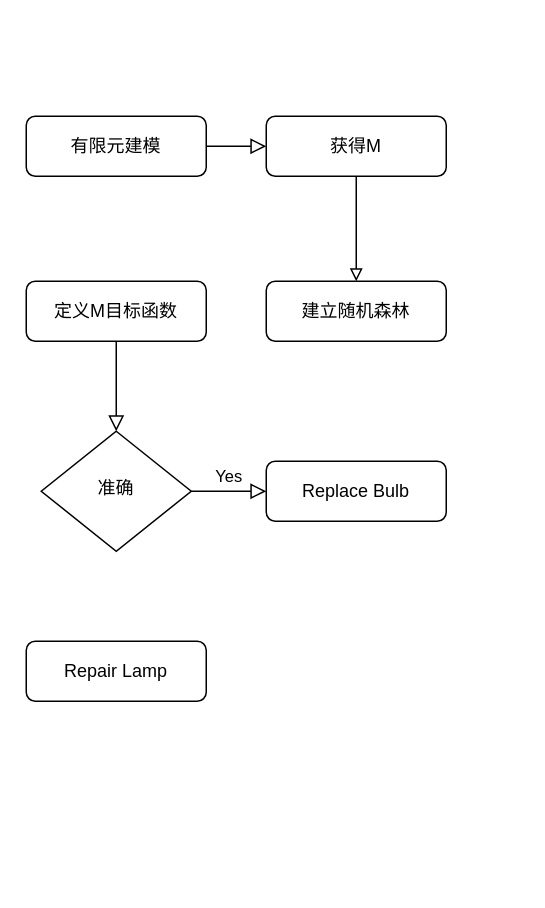
Before: 未命名绘图.drawio in budaniao88/sdxx, a draw.io diagram. Source tidied: cells renumbered, new cells numbered last; positions are measured from the earlier drawing's top-left corner, leaving out a move shared by most shapes. Both pictures are drawn from the tidied source at 150%, with x=0, y=0 at pixel (26, 116).
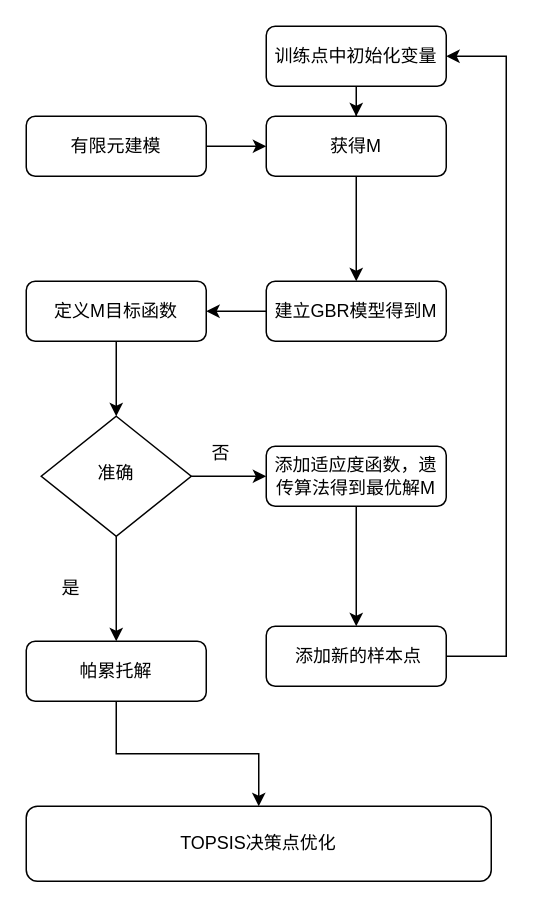
Above is the later version.

Unchanged cells that the change refers to:
```xml
<mxCell id="3" value="有限元建模" style="rounded=1;whiteSpace=wrap;html=1;fontSize=12;glass=0;strokeWidth=1;shadow=0;" parent="1" vertex="1">
  <mxGeometry width="120" height="40" as="geometry" />
</mxCell>
<mxCell id="11" value="获得M" style="rounded=1;whiteSpace=wrap;html=1;fontSize=12;glass=0;strokeWidth=1;shadow=0;" parent="1" vertex="1">
  <mxGeometry x="160" width="120" height="40" as="geometry" />
</mxCell>
<mxCell id="12" value="定义M目标函数" style="rounded=1;whiteSpace=wrap;html=1;" parent="1" vertex="1">
  <mxGeometry y="110" width="120" height="40" as="geometry" />
</mxCell>
```

Diff of the diagram source:
```diff
@@
-    <mxCell id="2" style="rounded=0;html=1;jettySize=auto;fontSize=11;endArrow=block;endFill=0;endSize=8;strokeWidth=1;shadow=0;labelBackgroundColor=none;edgeStyle=orthogonalEdgeStyle;entryX=0;entryY=0.5;entryDx=0;entryDy=0;" parent="1" edge="1" source="3" target="11">
+    <mxCell id="2" style="edgeStyle=orthogonalEdgeStyle;rounded=0;jettySize=auto;html=1;" parent="1" edge="1" source="3" target="11">
       <mxGeometry relative="1" as="geometry" />
     </mxCell>
@@
-    <mxCell id="4" style="rounded=0;html=1;jettySize=auto;fontSize=11;endArrow=block;endFill=0;endSize=8;strokeWidth=1;shadow=0;labelBackgroundColor=none;edgeStyle=orthogonalEdgeStyle;exitX=0.5;exitY=1;exitDx=0;exitDy=0;" parent="1" edge="1" source="12" target="7">
-      <mxGeometry y="20" relative="1" as="geometry" />
-    </mxCell>
+    <mxCell id="13" style="edgeStyle=orthogonalEdgeStyle;rounded=0;jettySize=auto;html=1;" parent="1" edge="1" source="5" target="12">
+      <mxGeometry relative="1" as="geometry" />
+    </mxCell>
-    <mxCell id="5" value="建立随机森林" style="rounded=1;whiteSpace=wrap;html=1;fontSize=12;glass=0;strokeWidth=1;shadow=0;" parent="1" vertex="1">
+    <mxCell id="5" value="建立GBR模型得到M" style="rounded=1;whiteSpace=wrap;html=1;fontSize=12;glass=0;strokeWidth=1;shadow=0;" parent="1" vertex="1">
       <mxGeometry x="160" y="110" width="120" height="40" as="geometry" />
     </mxCell>
-    <mxCell id="6" value="Yes" style="edgeStyle=orthogonalEdgeStyle;rounded=0;html=1;jettySize=auto;fontSize=11;endArrow=block;endFill=0;endSize=8;strokeWidth=1;shadow=0;labelBackgroundColor=none;" parent="1" edge="1" source="7" target="9">
-      <mxGeometry y="10" relative="1" as="geometry" />
-    </mxCell>
+    <mxCell id="14" style="edgeStyle=orthogonalEdgeStyle;rounded=0;jettySize=auto;html=1;exitX=1;exitY=0.5;exitDx=0;exitDy=0;entryX=0;entryY=0.5;entryDx=0;entryDy=0;fontFamily=Helvetica;" parent="1" edge="1" source="7" target="18">
+      <mxGeometry relative="1" as="geometry" />
+    </mxCell>
+    <mxCell id="15" style="edgeStyle=orthogonalEdgeStyle;rounded=0;jettySize=auto;html=1;exitX=0.5;exitY=1;exitDx=0;exitDy=0;" parent="1" edge="1" source="7">
+      <mxGeometry relative="1" as="geometry">
+        <mxPoint x="60" y="350" as="targetPoint" />
+      </mxGeometry>
+    </mxCell>
     <mxCell id="7" value="准确" style="rhombus;whiteSpace=wrap;html=1;shadow=0;fontFamily=Helvetica;fontSize=12;align=center;strokeWidth=1;spacing=6;spacingTop=-4;" parent="1" vertex="1">
-      <mxGeometry x="10" y="210" width="100" height="80" as="geometry" />
+      <mxGeometry x="10" y="200" width="100" height="80" as="geometry" />
     </mxCell>
+    <mxCell id="16" style="edgeStyle=orthogonalEdgeStyle;rounded=0;jettySize=auto;html=1;entryX=1;entryY=0.5;entryDx=0;entryDy=0;exitX=1;exitY=0.5;exitDx=0;exitDy=0;" parent="1" edge="1" source="8" target="21">
+      <mxGeometry relative="1" as="geometry">
+        <Array as="points">
+          <mxPoint x="320" y="360" />
+          <mxPoint x="320" y="-40" />
+        </Array>
+      </mxGeometry>
+    </mxCell>
-    <mxCell id="8" value="Repair Lamp" style="rounded=1;whiteSpace=wrap;html=1;fontSize=12;glass=0;strokeWidth=1;shadow=0;" parent="1" vertex="1">
-      <mxGeometry y="350" width="120" height="40" as="geometry" />
+    <mxCell id="8" value="&amp;nbsp;添加新的样本点" style="rounded=1;whiteSpace=wrap;html=1;fontSize=12;glass=0;strokeWidth=1;shadow=0;" parent="1" vertex="1">
+      <mxGeometry x="160" y="340" width="120" height="40" as="geometry" />
     </mxCell>
-    <mxCell id="9" value="Replace Bulb" style="rounded=1;whiteSpace=wrap;html=1;fontSize=12;glass=0;strokeWidth=1;shadow=0;" parent="1" vertex="1">
-      <mxGeometry x="160" y="230" width="120" height="40" as="geometry" />
-    </mxCell>
-    <mxCell id="10" style="edgeStyle=orthogonalEdgeStyle;rounded=0;jettySize=auto;html=1;exitX=0.5;exitY=1;exitDx=0;exitDy=0;endArrow=block;endFill=0;" parent="1" edge="1" source="11" target="5">
+    <mxCell id="10" style="edgeStyle=orthogonalEdgeStyle;rounded=0;jettySize=auto;html=1;" parent="1" edge="1" source="11" target="5">
       <mxGeometry relative="1" as="geometry" />
     </mxCell>
@@
+    <mxCell id="4" style="edgeStyle=orthogonalEdgeStyle;rounded=0;jettySize=auto;html=1;" parent="1" edge="1" source="12" target="7">
+      <mxGeometry relative="1" as="geometry" />
+    </mxCell>
@@
+    <mxCell id="17" style="edgeStyle=orthogonalEdgeStyle;rounded=0;jettySize=auto;html=1;" parent="1" edge="1" source="18" target="8">
+      <mxGeometry relative="1" as="geometry">
+        <Array as="points">
+          <mxPoint x="280" y="360" />
+          <mxPoint x="280" y="360" />
+        </Array>
+      </mxGeometry>
+    </mxCell>
+    <mxCell id="18" value="添加适应度函数，遗传算法得到最优解M" style="rounded=1;whiteSpace=wrap;html=1;" parent="1" vertex="1">
+      <mxGeometry x="160" y="220" width="120" height="40" as="geometry" />
+    </mxCell>
+    <mxCell id="19" value="否" style="text;strokeColor=none;align=center;fillColor=none;html=1;verticalAlign=middle;whiteSpace=wrap;rounded=0;" parent="1" vertex="1">
+      <mxGeometry x="100" y="210" width="60" height="30" as="geometry" />
+    </mxCell>
+    <mxCell id="20" style="edgeStyle=orthogonalEdgeStyle;rounded=0;jettySize=auto;html=1;" parent="1" edge="1" source="21" target="11">
+      <mxGeometry relative="1" as="geometry" />
+    </mxCell>
+    <mxCell id="21" value="训练点中初始化变量" style="whiteSpace=wrap;html=1;rounded=1;glass=0;strokeWidth=1;shadow=0;" parent="1" vertex="1">
+      <mxGeometry x="160" y="-60" width="120" height="40" as="geometry" />
+    </mxCell>
+    <mxCell id="22" value="是" style="text;strokeColor=none;align=center;fillColor=none;html=1;verticalAlign=middle;whiteSpace=wrap;rounded=0;" parent="1" vertex="1">
+      <mxGeometry y="300" width="60" height="30" as="geometry" />
+    </mxCell>
+    <mxCell id="23" style="edgeStyle=orthogonalEdgeStyle;rounded=0;jettySize=auto;html=1;" parent="1" edge="1" source="24" target="25">
+      <mxGeometry relative="1" as="geometry" />
+    </mxCell>
+    <mxCell id="24" value="帕累托解" style="rounded=1;whiteSpace=wrap;html=1;" parent="1" vertex="1">
+      <mxGeometry y="350" width="120" height="40" as="geometry" />
+    </mxCell>
+    <mxCell id="25" value="TOPSIS决策点优化" style="whiteSpace=wrap;html=1;rounded=1;" parent="1" vertex="1">
+      <mxGeometry y="460" width="310" height="50" as="geometry" />
+    </mxCell>
```
